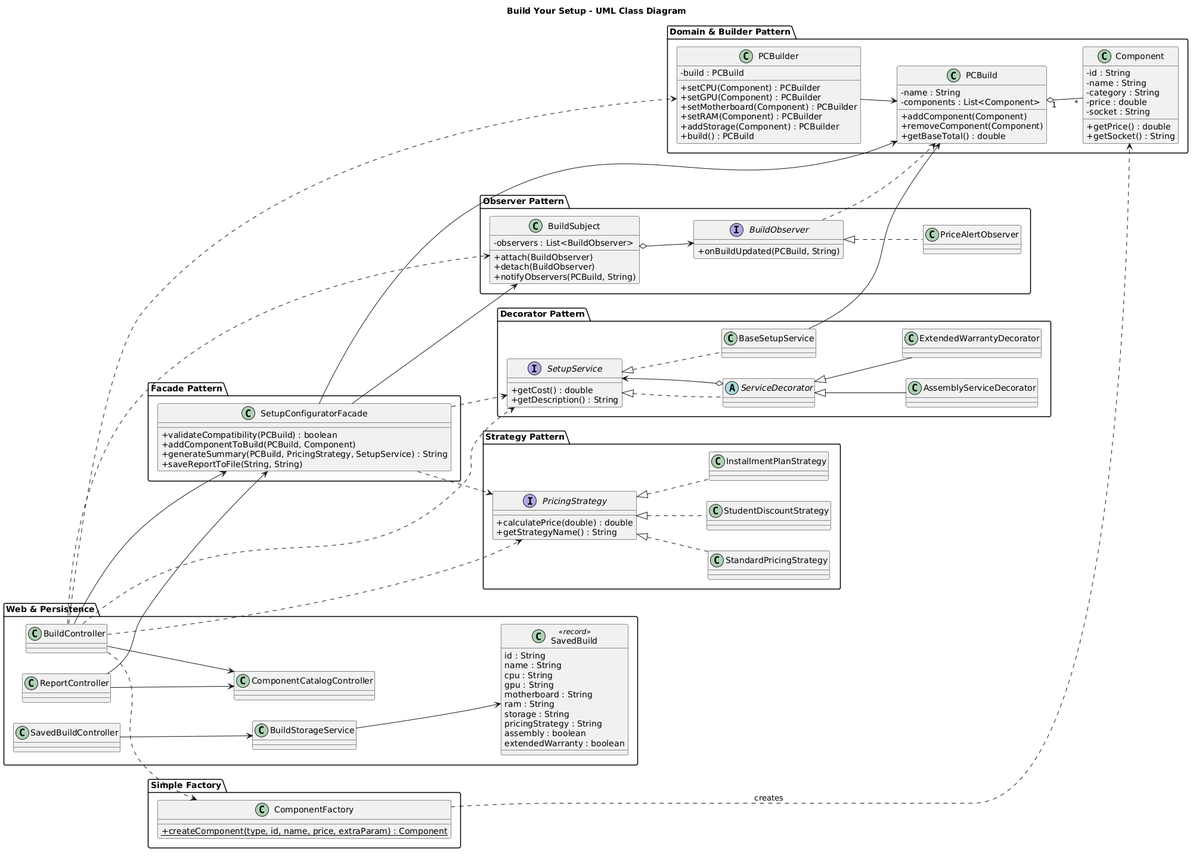
Before: docs/class-diagram.png, a diagram exported from PlantUML (bakdaulet0825/Final_SDP).
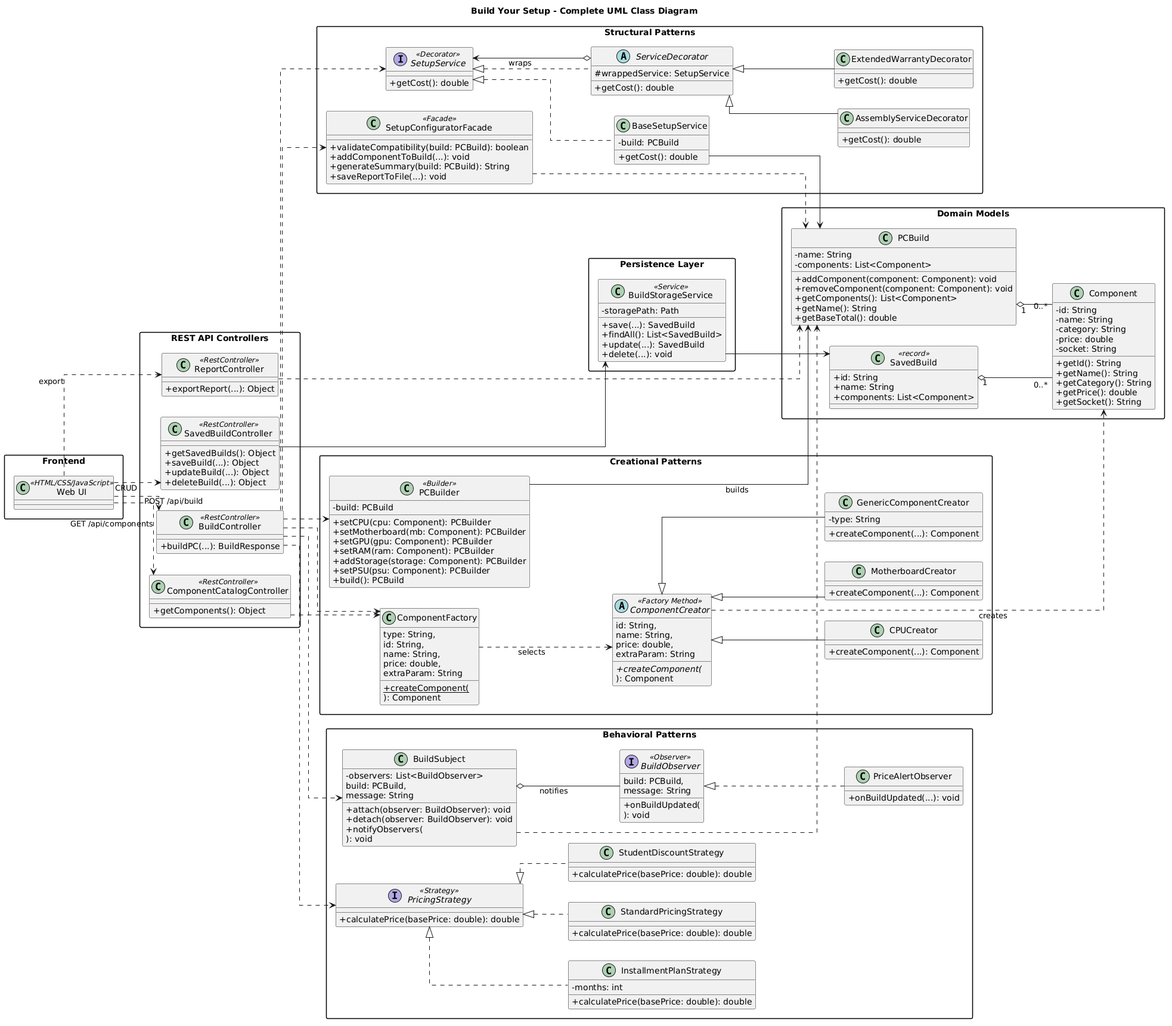
After the commit.

Commit message:
Implement Factory Method and update project documentation

The edit, as a diff of the source:
```diff
@@ -1,150 +1,245 @@
 @startuml
-title Build Your Setup - UML Class Diagram
+title Build Your Setup - Complete UML Class Diagram
 
 skinparam classAttributeIconSize 0
+skinparam linetype ortho
+skinparam packageStyle rectangle
 left to right direction
 
-package "Domain & Builder Pattern" {
+package "Domain Models" {
+
     class Component {
-        - id : String
-        - name : String
-        - category : String
-        - price : double
-        - socket : String
-        + getPrice() : double
-        + getSocket() : String
+        - id: String
+        - name: String
+        - category: String
+        - price: double
+        - socket: String
+        + getId(): String
+        + getName(): String
+        + getCategory(): String
+        + getPrice(): double
+        + getSocket(): String
     }
 
     class PCBuild {
-        - name : String
-        - components : List<Component>
-        + addComponent(Component)
-        + removeComponent(Component)
-        + getBaseTotal() : double
+        - name: String
+        - components: List<Component>
+        + addComponent(component: Component): void
+        + removeComponent(component: Component): void
+        + getComponents(): List<Component>
+        + getName(): String
+        + getBaseTotal(): double
     }
 
-    class PCBuilder {
-        - build : PCBuild
-        + setCPU(Component) : PCBuilder
-        + setGPU(Component) : PCBuilder
-        + setMotherboard(Component) : PCBuilder
-        + setRAM(Component) : PCBuilder
-        + addStorage(Component) : PCBuilder
-        + build() : PCBuild
+    class SavedBuild <<record>> {
+        + id: String
+        + name: String
+        + components: List<Component>
     }
 
-    PCBuild "1" o-- "*" Component
-    PCBuilder --> PCBuild
+    PCBuild "1" o-- "0..*" Component
+    SavedBuild "1" o-- "0..*" Component
 }
 
-package "Simple Factory" {
-    class ComponentFactory {
-        + {static} createComponent(type, id, name, price, extraParam) : Component
+package "Creational Patterns" {
+
+    class PCBuilder <<Builder>> {
+        - build: PCBuild
+        + setCPU(cpu: Component): PCBuilder
+        + setMotherboard(mb: Component): PCBuilder
+        + setGPU(gpu: Component): PCBuilder
+        + setRAM(ram: Component): PCBuilder
+        + addStorage(storage: Component): PCBuilder
+        + setPSU(psu: Component): PCBuilder
+        + build(): PCBuild
     }
 
-    ComponentFactory ..> Component : creates
+    abstract class ComponentCreator <<Factory Method>> {
+        + {abstract} createComponent(
+          id: String,
+          name: String,
+          price: double,
+          extraParam: String
+          ): Component
+    }
+
+    class CPUCreator {
+        + createComponent(...): Component
+    }
+
+    class MotherboardCreator {
+        + createComponent(...): Component
+    }
+
+    class GenericComponentCreator {
+        - type: String
+        + createComponent(...): Component
+    }
+
+    class ComponentFactory {
+        + {static} createComponent(
+          type: String,
+          id: String,
+          name: String,
+          price: double,
+          extraParam: String
+          ): Component
+    }
+
+    ComponentCreator <|-- CPUCreator
+    ComponentCreator <|-- MotherboardCreator
+    ComponentCreator <|-- GenericComponentCreator
+
+    ComponentFactory ..> ComponentCreator : selects
+    ComponentCreator ..> Component : creates
+    PCBuilder --> PCBuild : builds
 }
 
-package "Strategy Pattern" {
-    interface PricingStrategy {
-        + calculatePrice(double) : double
-        + getStrategyName() : String
+package "Structural Patterns" {
+
+    class SetupConfiguratorFacade <<Facade>> {
+        + validateCompatibility(build: PCBuild): boolean
+        + addComponentToBuild(...): void
+        + generateSummary(build: PCBuild): String
+        + saveReportToFile(...): void
     }
 
-    class StandardPricingStrategy
-    class StudentDiscountStrategy
-    class InstallmentPlanStrategy
+    interface SetupService <<Decorator>> {
+        + getCost(): double
+    }
+
+    class BaseSetupService {
+        - build: PCBuild
+        + getCost(): double
+    }
+
+    abstract class ServiceDecorator {
+        # wrappedService: SetupService
+        + getCost(): double
+    }
+
+    class AssemblyServiceDecorator {
+        + getCost(): double
+    }
+
+    class ExtendedWarrantyDecorator {
+        + getCost(): double
+    }
+
+    SetupService <|.. BaseSetupService
+    SetupService <|.. ServiceDecorator
+
+    ServiceDecorator <|-- AssemblyServiceDecorator
+    ServiceDecorator <|-- ExtendedWarrantyDecorator
+
+    ServiceDecorator o--> SetupService : wraps
+    BaseSetupService --> PCBuild
+    SetupConfiguratorFacade ..> PCBuild
+}
+
+package "Behavioral Patterns" {
+
+    interface PricingStrategy <<Strategy>> {
+        + calculatePrice(basePrice: double): double
+    }
+
+    class StandardPricingStrategy {
+        + calculatePrice(basePrice: double): double
+    }
+
+    class StudentDiscountStrategy {
+        + calculatePrice(basePrice: double): double
+    }
+
+    class InstallmentPlanStrategy {
+        - months: int
+        + calculatePrice(basePrice: double): double
+    }
 
     PricingStrategy <|.. StandardPricingStrategy
     PricingStrategy <|.. StudentDiscountStrategy
     PricingStrategy <|.. InstallmentPlanStrategy
-}
 
-package "Decorator Pattern" {
-    interface SetupService {
-        + getCost() : double
-        + getDescription() : String
+    interface BuildObserver <<Observer>> {
+        + onBuildUpdated(
+          build: PCBuild,
+          message: String
+          ): void
     }
 
-    class BaseSetupService
-    abstract class ServiceDecorator
-    class AssemblyServiceDecorator
-    class ExtendedWarrantyDecorator
-
-    SetupService <|.. BaseSetupService
-    SetupService <|.. ServiceDecorator
-    ServiceDecorator o--> SetupService
-    ServiceDecorator <|-- AssemblyServiceDecorator
-    ServiceDecorator <|-- ExtendedWarrantyDecorator
-
-    BaseSetupService --> PCBuild
-}
-
-package "Observer Pattern" {
-    interface BuildObserver {
-        + onBuildUpdated(PCBuild, String)
+    class PriceAlertObserver {
+        + onBuildUpdated(...): void
     }
 
     class BuildSubject {
-        - observers : List<BuildObserver>
-        + attach(BuildObserver)
-        + detach(BuildObserver)
-        + notifyObservers(PCBuild, String)
+        - observers: List<BuildObserver>
+        + attach(observer: BuildObserver): void
+        + detach(observer: BuildObserver): void
+        + notifyObservers(
+          build: PCBuild,
+          message: String
+          ): void
     }
 
-    class PriceAlertObserver
-
     BuildObserver <|.. PriceAlertObserver
-    BuildSubject o--> BuildObserver
-    BuildObserver ..> PCBuild
+    BuildSubject o-- BuildObserver : notifies
 }
 
-package "Facade Pattern" {
-    class SetupConfiguratorFacade {
-        + validateCompatibility(PCBuild) : boolean
-        + addComponentToBuild(PCBuild, Component)
-        + generateSummary(PCBuild, PricingStrategy, SetupService) : String
-        + saveReportToFile(String, String)
+package "REST API Controllers" {
+
+    class BuildController <<RestController>> {
+        + buildPC(...): BuildResponse
     }
 
-    SetupConfiguratorFacade --> PCBuild
-    SetupConfiguratorFacade --> BuildSubject
-    SetupConfiguratorFacade ..> PricingStrategy
-    SetupConfiguratorFacade ..> SetupService
+    class ComponentCatalogController <<RestController>> {
+        + getComponents(): Object
+    }
+
+    class SavedBuildController <<RestController>> {
+        + getSavedBuilds(): Object
+        + saveBuild(...): Object
+        + updateBuild(...): Object
+        + deleteBuild(...): Object
+    }
+
+    class ReportController <<RestController>> {
+        + exportReport(...): Object
+    }
 }
 
-package "Web & Persistence" {
-    class BuildController
-    class ComponentCatalogController
-    class SavedBuildController
-    class ReportController
-    class BuildStorageService
+package "Persistence Layer" {
 
-    class SavedBuild <<record>> {
-        id : String
-        name : String
-        cpu : String
-        gpu : String
-        motherboard : String
-        ram : String
-        storage : String
-        pricingStrategy : String
-        assembly : boolean
-        extendedWarranty : boolean
+    class BuildStorageService <<Service>> {
+        - storagePath: Path
+        + save(...): SavedBuild
+        + findAll(): List<SavedBuild>
+        + update(...): SavedBuild
+        + delete(...): void
     }
+}
 
-    BuildController --> ComponentCatalogController
-    BuildController --> SetupConfiguratorFacade
-    BuildController ..> PCBuilder
-    BuildController ..> ComponentFactory
-    BuildController ..> PricingStrategy
-    BuildController ..> SetupService
-    BuildController ..> BuildSubject
+package "Frontend" {
 
-    ReportController --> ComponentCatalogController
-    ReportController --> SetupConfiguratorFacade
+    class "Web UI" as WebUI <<HTML/CSS/JavaScript>>
+}
 
-    SavedBuildController --> BuildStorageService
-    BuildStorageService --> SavedBuild
-}
+WebUI ..> BuildController : POST /api/build
+WebUI ..> ComponentCatalogController : GET /api/components
+WebUI ..> SavedBuildController : CRUD
+WebUI ..> ReportController : export
+
+BuildController ..> PCBuilder
+BuildController ..> ComponentFactory
+BuildController ..> PricingStrategy
+BuildController ..> SetupService
+BuildController ..> BuildSubject
+BuildController ..> SetupConfiguratorFacade
+
+ComponentCatalogController ..> ComponentFactory
+
+SavedBuildController --> BuildStorageService
+BuildStorageService --> SavedBuild
+
+ReportController ..> PCBuild
+BuildSubject ..> PCBuild
 @enduml
```
